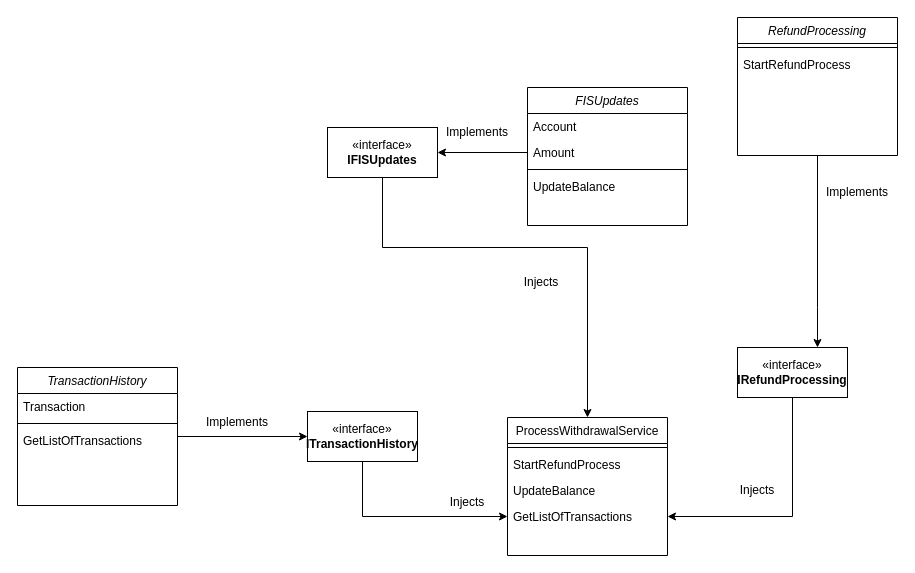
The draw.io diagram CashWithdrawalsClassDiagram.drawio in mattwatts36/drawings, before the edit. Source tidied: cells renumbered, new cells numbered last; positions are measured from the earlier drawing's top-left corner, leaving out a move shared by most shapes. Both pictures are drawn from the tidied source at 100%, with x=0, y=0 at pixel (17, 17).
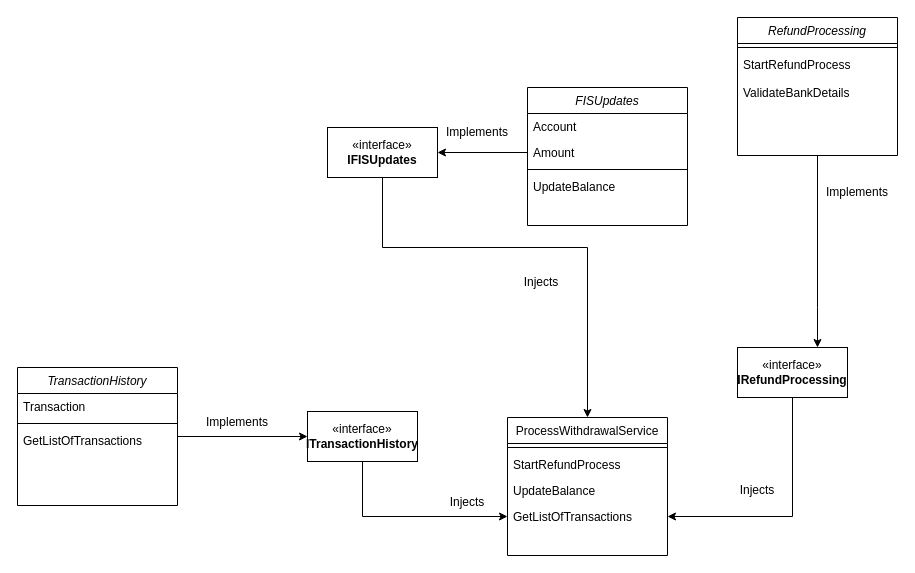
The same diagram, later.

Commit message:
Added refund process

Unchanged cells that the change refers to:
```xml
<mxCell id="3" value="RefundProcessing" style="swimlane;fontStyle=2;align=center;verticalAlign=top;horizontal=1;startSize=26;rounded=0;shadow=0;strokeWidth=1;" parent="1" vertex="1">
  <mxGeometry x="720" width="160" height="138" as="geometry" />
</mxCell>
```

What changed in the source:
```diff
@@
-    <mxCell id="5" value="StartRefundProcess" style="text;align=left;verticalAlign=top;spacingLeft=4;spacingRight=4;overflow=hidden;" parent="3" vertex="1">
-      <mxGeometry y="34" width="160" height="26" as="geometry" />
+    <mxCell id="5" value="StartRefundProcess&#10;&#10;ValidateBankDetails" style="text;align=left;verticalAlign=top;spacingLeft=4;spacingRight=4;overflow=hidden;" parent="3" vertex="1">
+      <mxGeometry y="34" width="160" height="56" as="geometry" />
     </mxCell>
```
